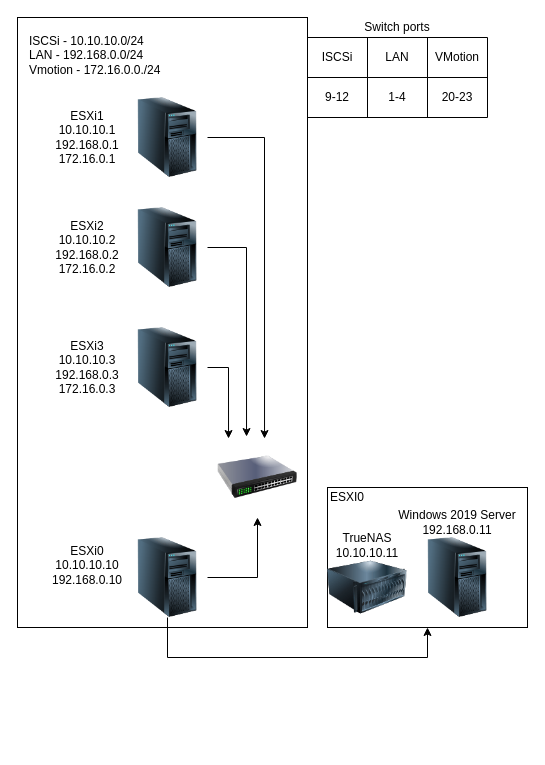
Before: Untitled Diagram.drawio in crysal/Shells-of-power, a draw.io diagram. Source tidied: cells renumbered, new cells numbered last; positions are measured from the earlier drawing's top-left corner, leaving out a move shared by most shapes. Both pictures are drawn from the tidied source at 100%, with x=0, y=0 at pixel (17, 17).
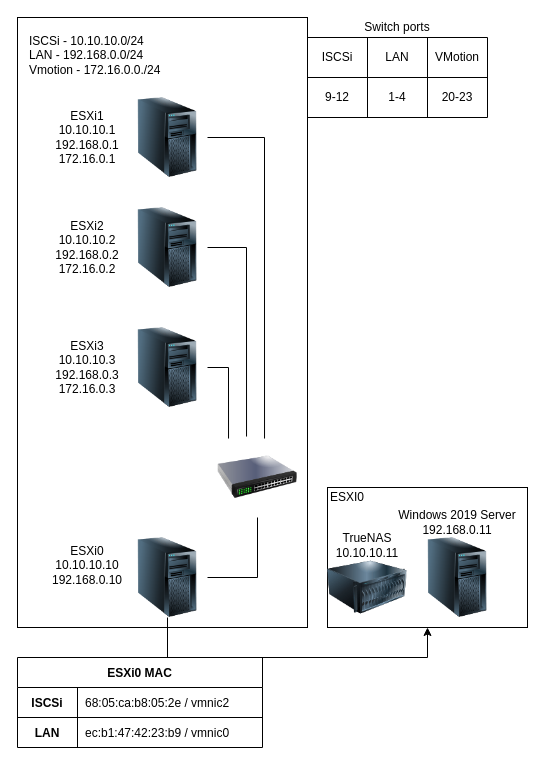
Above is the later version.

Unchanged cells that the change refers to:
```xml
<mxCell id="4" style="image;html=1;image=img/lib/clip_art/computers/Server_Tower_128x128.png;" parent="1" vertex="1">
  <mxGeometry x="110" y="80" width="80" height="80" as="geometry" />
</mxCell>
<mxCell id="6" style="image;html=1;image=img/lib/clip_art/computers/Server_Tower_128x128.png;" parent="1" vertex="1">
  <mxGeometry x="110" y="190" width="80" height="80" as="geometry" />
</mxCell>
<mxCell id="8" style="image;html=1;image=img/lib/clip_art/computers/Server_Tower_128x128.png;" parent="1" vertex="1">
  <mxGeometry x="110" y="310" width="80" height="80" as="geometry" />
</mxCell>
<mxCell id="11" style="image;html=1;image=img/lib/clip_art/computers/Server_Tower_128x128.png;" parent="1" vertex="1">
  <mxGeometry x="110" y="520" width="80" height="80" as="geometry" />
</mxCell>
<mxCell id="12" style="image;html=1;image=img/lib/clip_art/networking/Switch_128x128.png;" parent="1" vertex="1">
  <mxGeometry x="200" y="420" width="80" height="80" as="geometry" />
</mxCell>
```

What changed in the source:
```diff
@@
-    <mxCell id="3" style="edgeStyle=orthogonalEdgeStyle;rounded=0;jettySize=auto;html=1;entryX=0.588;entryY=0.013;entryDx=0;entryDy=0;entryPerimeter=0;" parent="1" edge="1" source="4" target="12">
+    <mxCell id="3" style="edgeStyle=orthogonalEdgeStyle;rounded=0;jettySize=auto;html=1;entryX=0.588;entryY=0.013;entryDx=0;entryDy=0;entryPerimeter=0;endArrow=none;endFill=0;" parent="1" edge="1" source="4" target="12">
       <mxGeometry relative="1" as="geometry" />
     </mxCell>
@@
-    <mxCell id="5" style="edgeStyle=orthogonalEdgeStyle;rounded=0;jettySize=auto;html=1;entryX=0.363;entryY=-0.012;entryDx=0;entryDy=0;entryPerimeter=0;" parent="1" edge="1" source="6" target="12">
+    <mxCell id="5" style="edgeStyle=orthogonalEdgeStyle;rounded=0;jettySize=auto;html=1;entryX=0.363;entryY=-0.012;entryDx=0;entryDy=0;entryPerimeter=0;endArrow=none;endFill=0;" parent="1" edge="1" source="6" target="12">
       <mxGeometry relative="1" as="geometry" />
     </mxCell>
@@
-    <mxCell id="7" style="edgeStyle=orthogonalEdgeStyle;rounded=0;jettySize=auto;html=1;entryX=0.138;entryY=0.013;entryDx=0;entryDy=0;entryPerimeter=0;" parent="1" edge="1" source="8" target="12">
+    <mxCell id="7" style="edgeStyle=orthogonalEdgeStyle;rounded=0;jettySize=auto;html=1;entryX=0.138;entryY=0.013;entryDx=0;entryDy=0;entryPerimeter=0;endArrow=none;endFill=0;" parent="1" edge="1" source="8" target="12">
       <mxGeometry relative="1" as="geometry" />
     </mxCell>
@@
-    <mxCell id="9" style="edgeStyle=orthogonalEdgeStyle;rounded=0;jettySize=auto;html=1;entryX=0.5;entryY=1;entryDx=0;entryDy=0;" parent="1" edge="1" source="11" target="12">
+    <mxCell id="9" style="edgeStyle=orthogonalEdgeStyle;rounded=0;jettySize=auto;html=1;endArrow=none;endFill=0;" parent="1" edge="1" source="11" target="12">
       <mxGeometry relative="1" as="geometry" />
     </mxCell>
@@
+    <mxCell id="34" value="ESXi0 MAC" style="shape=table;startSize=30;childLayout=tableLayout;rowLines=0;fontStyle=1;align=center;labelBackgroundColor=none;fillColor=none;gradientColor=none;fontColor=#000000;" parent="1" vertex="1">
+      <mxGeometry y="640" width="245" height="90" as="geometry" />
+    </mxCell>
+    <mxCell id="35" style="shape=partialRectangle;fillColor=none;top=0;left=0;bottom=1;right=0;" parent="34" vertex="1">
+      <mxGeometry y="30" width="245" height="30" as="geometry" />
+    </mxCell>
+    <mxCell id="36" value="ISCSi" style="shape=partialRectangle;fillColor=none;top=0;left=0;bottom=0;right=0;fontStyle=1;overflow=hidden;" parent="35" vertex="1">
+      <mxGeometry width="60" height="30" as="geometry" />
+    </mxCell>
+    <mxCell id="37" value="68:05:ca:b8:05:2e / vmnic2" style="shape=partialRectangle;fillColor=none;top=0;left=0;bottom=0;right=0;align=left;spacingLeft=6;fontStyle=0;overflow=hidden;" parent="35" vertex="1">
+      <mxGeometry x="60" width="185" height="30" as="geometry" />
+    </mxCell>
+    <mxCell id="38" style="shape=partialRectangle;fillColor=none;top=0;left=0;bottom=0;right=0;" parent="34" vertex="1">
+      <mxGeometry y="60" width="245" height="30" as="geometry" />
+    </mxCell>
+    <mxCell id="39" value="LAN" style="shape=partialRectangle;fillColor=none;top=0;left=0;bottom=0;right=0;overflow=hidden;fontStyle=1;" parent="38" vertex="1">
+      <mxGeometry width="60" height="30" as="geometry" />
+    </mxCell>
+    <mxCell id="40" value="ec:b1:47:42:23:b9 / vmnic0" style="shape=partialRectangle;fillColor=none;top=0;left=0;bottom=0;right=0;align=left;spacingLeft=6;overflow=hidden;" parent="38" vertex="1">
+      <mxGeometry x="60" width="185" height="30" as="geometry" />
+    </mxCell>
```
